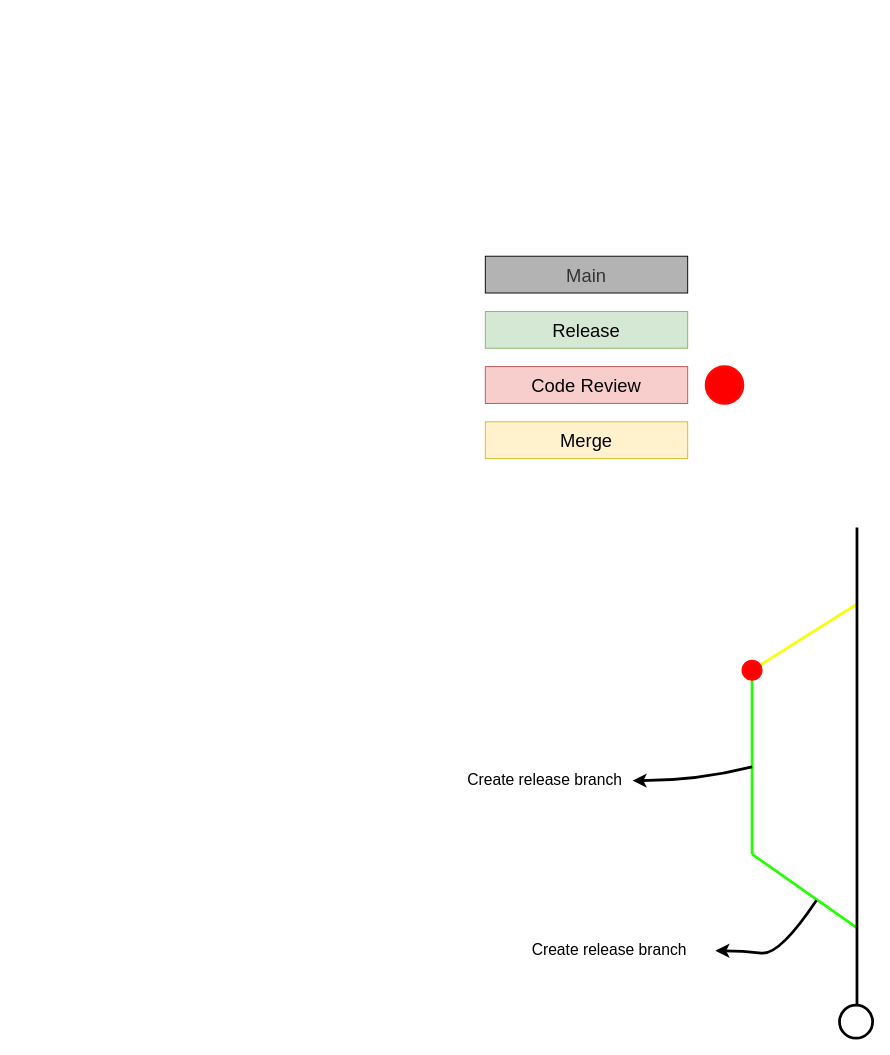
Earlier version of the draw.io diagram Diagrama sem nome.drawio (cmtabr/WorkFlow-GIT). Source tidied: cells renumbered, new cells numbered last; positions are measured from the earlier drawing's top-left corner, leaving out a move shared by most shapes. Both pictures are drawn from the tidied source at 92%, with x=0, y=0 at pixel (439, 256).
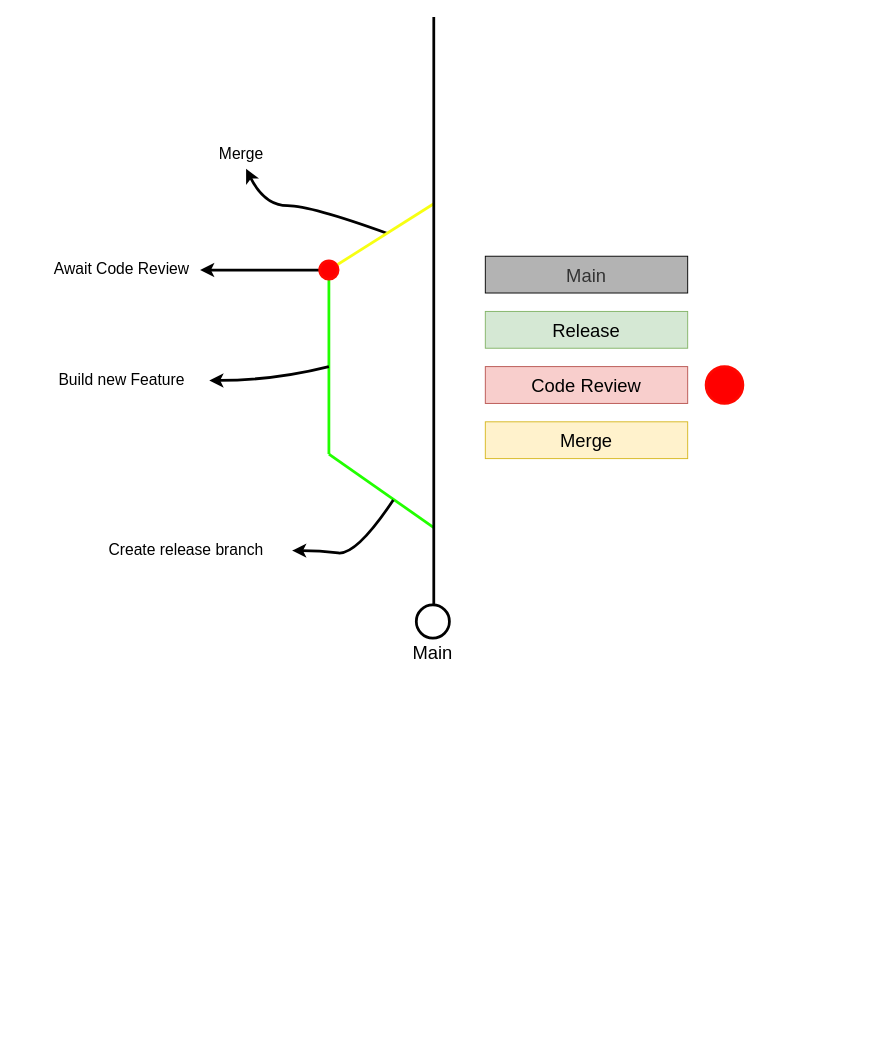
After the change.

Change to the diagram source:
```diff
@@
+    <mxCell id="17" style="curved=1;endArrow=classic;html=1;rounded=0;strokeColor=#000000;strokeWidth=3;fontSize=17;startSize=6;endSize=6;" parent="1" edge="1">
+      <mxGeometry relative="1" as="geometry">
+        <mxPoint x="-57" y="-25" as="sourcePoint" />
+        <mxPoint x="-210" y="-95" as="targetPoint" />
+        <Array as="points">
+          <mxPoint x="-140" y="-55" />
+          <mxPoint x="-190" y="-55" />
+        </Array>
+      </mxGeometry>
+    </mxCell>
+    <mxCell id="18" style="curved=1;endArrow=classic;html=1;rounded=0;strokeColor=#000000;strokeWidth=3;fontSize=17;startSize=6;endSize=6;" parent="1" edge="1">
+      <mxGeometry relative="1" as="geometry">
+        <mxPoint x="-130" y="15" as="sourcePoint" />
+        <mxPoint x="-260" y="15" as="targetPoint" />
+        <Array as="points">
+          <mxPoint x="-190" y="15" />
+        </Array>
+      </mxGeometry>
+    </mxCell>
     <mxCell id="2" style="endArrow=none;html=1;rounded=0;strokeColor=#F7FF12;strokeWidth=3;fontSize=20;" parent="1" edge="1">
       <mxGeometry relative="1" as="geometry">
-        <mxPoint x="454" y="378" as="sourcePoint" />
-        <mxPoint x="340" y="450" as="targetPoint" />
+        <mxPoint x="-6" y="-57" as="sourcePoint" />
+        <mxPoint x="-120" y="15" as="targetPoint" />
       </mxGeometry>
     </mxCell>
     <mxCell id="3" style="endArrow=none;html=1;rounded=0;strokeColor=#22FF00;strokeWidth=3;fontSize=20;" parent="1" edge="1">
       <mxGeometry relative="1" as="geometry">
-        <mxPoint x="454" y="730" as="sourcePoint" />
-        <mxPoint x="340" y="650" as="targetPoint" />
+        <mxPoint x="-6" y="295" as="sourcePoint" />
+        <mxPoint x="-120" y="215" as="targetPoint" />
       </mxGeometry>
     </mxCell>
     <mxCell id="4" style="endArrow=none;html=1;rounded=0;strokeWidth=3;fillColor=#f8cecc;strokeColor=#000000;" parent="1" edge="1">
       <mxGeometry relative="1" as="geometry">
-        <mxPoint x="454" y="815" as="sourcePoint" />
-        <mxPoint x="454" y="295" as="targetPoint" />
+        <mxPoint x="-6" y="380" as="sourcePoint" />
+        <mxPoint x="-6" y="-260" as="targetPoint" />
       </mxGeometry>
     </mxCell>
     <mxCell id="5" style="ellipse;whiteSpace=wrap;html=1;strokeWidth=3;fillColor=none;strokeColor=#000000;" parent="1" vertex="1">
-      <mxGeometry x="435" y="814" width="36" height="36" as="geometry" />
+      <mxGeometry x="-25" y="379" width="36" height="36" as="geometry" />
     </mxCell>
@@
     <mxCell id="8" style="endArrow=none;html=1;rounded=0;strokeColor=#22FF00;strokeWidth=3;fontSize=20;endSize=6;startSize=6;" parent="1" edge="1">
       <mxGeometry relative="1" as="geometry">
-        <mxPoint x="340" y="650" as="sourcePoint" />
-        <mxPoint x="340" y="450" as="targetPoint" />
+        <mxPoint x="-120" y="215" as="sourcePoint" />
+        <mxPoint x="-120" y="15" as="targetPoint" />
       </mxGeometry>
     </mxCell>
     <mxCell id="9" value="Create release branch" style="text;html=1;strokeColor=none;fillColor=none;align=center;verticalAlign=middle;whiteSpace=wrap;rounded=0;fontSize=17;" parent="1" vertex="1">
-      <mxGeometry x="70" y="740" width="230" height="30" as="geometry" />
+      <mxGeometry x="-390" y="305" width="230" height="30" as="geometry" />
     </mxCell>
     <mxCell id="10" style="curved=1;endArrow=classic;html=1;rounded=0;strokeColor=#000000;strokeWidth=3;fontSize=17;startSize=6;endSize=6;entryX=1;entryY=0.5;entryDx=0;entryDy=0;" parent="1" edge="1" target="9">
       <mxGeometry relative="1" as="geometry">
-        <mxPoint x="410" y="700" as="sourcePoint" />
+        <mxPoint x="-50" y="265" as="sourcePoint" />
         <Array as="points">
-          <mxPoint x="370" y="760" />
-          <mxPoint x="330" y="755" />
+          <mxPoint x="-90" y="325" />
+          <mxPoint x="-130" y="320" />
         </Array>
       </mxGeometry>
     </mxCell>
     <mxCell id="11" style="curved=1;endArrow=classic;html=1;rounded=0;strokeColor=#000000;strokeWidth=3;fontSize=17;startSize=6;endSize=6;" parent="1" edge="1">
       <mxGeometry relative="1" as="geometry">
-        <mxPoint x="340" y="555" as="sourcePoint" />
-        <mxPoint x="210" y="570" as="targetPoint" />
+        <mxPoint x="-120" y="120" as="sourcePoint" />
+        <mxPoint x="-250" y="135" as="targetPoint" />
         <Array as="points">
-          <mxPoint x="280" y="570" />
+          <mxPoint x="-180" y="135" />
         </Array>
       </mxGeometry>
     </mxCell>
-    <mxCell id="12" value="Create release branch" style="text;html=1;strokeColor=none;fillColor=none;align=center;verticalAlign=middle;whiteSpace=wrap;rounded=0;fontSize=17;" parent="1" vertex="1">
-      <mxGeometry y="555" width="230" height="30" as="geometry" />
+    <mxCell id="12" value="Build new Feature" style="text;html=1;strokeColor=none;fillColor=none;align=center;verticalAlign=middle;whiteSpace=wrap;rounded=0;fontSize=17;" parent="1" vertex="1">
+      <mxGeometry x="-460" y="120" width="230" height="30" as="geometry" />
     </mxCell>
     <mxCell id="13" style="ellipse;whiteSpace=wrap;html=1;strokeWidth=3;fillColor=#FF0000;strokeColor=#ff0800;" parent="1" vertex="1">
-      <mxGeometry x="330" y="440" width="20" height="20" as="geometry" />
+      <mxGeometry x="-130" y="5" width="20" height="20" as="geometry" />
     </mxCell>
@@
+    <mxCell id="19" value="Await Code Review" style="text;html=1;strokeColor=none;fillColor=none;align=center;verticalAlign=middle;whiteSpace=wrap;rounded=0;fontSize=17;" parent="1" vertex="1">
+      <mxGeometry x="-460" width="230" height="30" as="geometry" />
+    </mxCell>
+    <mxCell id="20" value="Merge" style="text;html=1;strokeColor=none;fillColor=none;align=center;verticalAlign=middle;whiteSpace=wrap;rounded=0;fontSize=17;" parent="1" vertex="1">
+      <mxGeometry x="-330" y="-125" width="230" height="30" as="geometry" />
+    </mxCell>
+    <mxCell id="21" value="Main" style="text;html=1;strokeColor=none;fillColor=none;align=center;verticalAlign=middle;whiteSpace=wrap;rounded=0;fontSize=20;" parent="1" vertex="1">
+      <mxGeometry x="-37" y="415" width="60" height="30" as="geometry" />
+    </mxCell>
```
